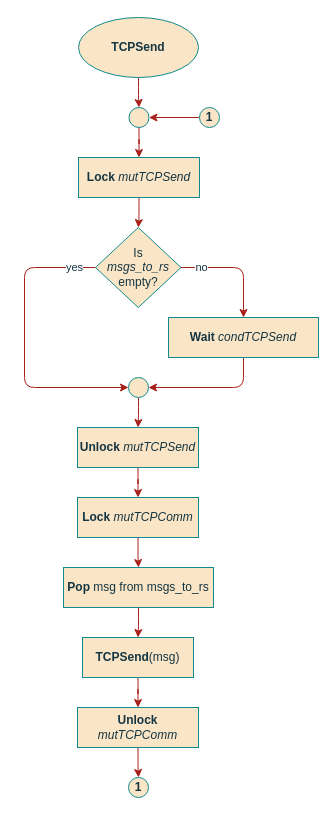
Earlier version of the draw.io diagram page "tTCPSend" (2 of 2) of project/report/flowcharts/Gatewaytasks/TCP_IP.drawio (ESRGgroup9/slipad). Source tidied: cells renumbered, new cells numbered last; positions are measured from the earlier drawing's top-left corner, leaving out a move shared by most shapes. Both pictures are drawn from the tidied source at 100%, with x=0, y=0 at pixel (24, 17).
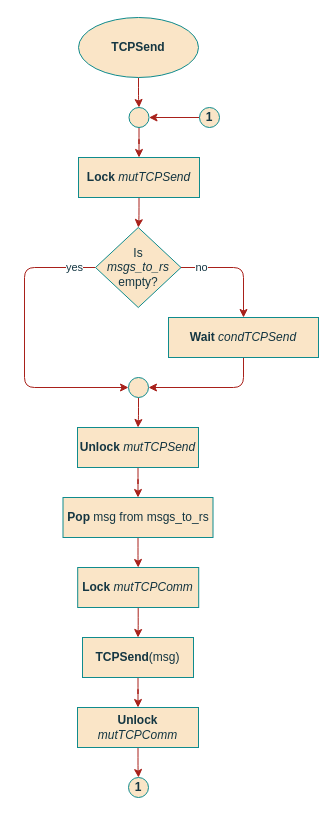
After the change.

The change refers to these unchanged cells:
```xml
<mxCell id="20" value="&lt;b&gt;TCPSend&lt;/b&gt;(msg)" style="rounded=0;whiteSpace=wrap;html=1;sketch=0;fontColor=#143642;strokeColor=#0F8B8D;fillColor=#FAE5C7;" parent="1" vertex="1">
  <mxGeometry x="58" y="620" width="111" height="40" as="geometry" />
</mxCell>
<mxCell id="22" value="&lt;b&gt;Unlock&lt;/b&gt; &lt;i&gt;mutTCPSend&lt;/i&gt;" style="rounded=0;whiteSpace=wrap;html=1;sketch=0;fontColor=#143642;strokeColor=#0F8B8D;fillColor=#FAE5C7;" parent="1" vertex="1">
  <mxGeometry x="53" y="410" width="121" height="40" as="geometry" />
</mxCell>
```

What changed in the source:
```diff
@@
-    <mxCell id="15" style="edgeStyle=orthogonalEdgeStyle;curved=0;rounded=1;sketch=0;jettySize=auto;html=1;fontColor=#143642;strokeColor=#A8201A;fillColor=#FAE5C7;" parent="1" edge="1" source="16" target="20">
-      <mxGeometry relative="1" as="geometry" />
-    </mxCell>
-    <mxCell id="16" value="&lt;b&gt;Pop &lt;/b&gt;msg from msgs_to_rs&lt;i&gt;&lt;/i&gt;" style="rounded=0;whiteSpace=wrap;html=1;sketch=0;fontColor=#143642;strokeColor=#0F8B8D;fillColor=#FAE5C7;" parent="1" vertex="1">
-      <mxGeometry x="39" y="550" width="150" height="40" as="geometry" />
-    </mxCell>
-    <mxCell id="17" style="edgeStyle=orthogonalEdgeStyle;curved=0;rounded=1;sketch=0;jettySize=auto;html=1;fontColor=#143642;strokeColor=#A8201A;fillColor=#FAE5C7;" parent="1" edge="1" source="18" target="16">
-      <mxGeometry relative="1" as="geometry" />
-    </mxCell>
-    <mxCell id="18" value="&lt;b&gt;Lock&lt;/b&gt; &lt;i&gt;mutTCPComm&lt;/i&gt;" style="rounded=0;whiteSpace=wrap;html=1;sketch=0;fontColor=#143642;strokeColor=#0F8B8D;fillColor=#FAE5C7;" parent="1" vertex="1">
-      <mxGeometry x="53" y="480" width="121" height="40" as="geometry" />
-    </mxCell>
@@
-    <mxCell id="21" style="edgeStyle=orthogonalEdgeStyle;curved=0;rounded=1;sketch=0;jettySize=auto;html=1;fontColor=#143642;strokeColor=#A8201A;fillColor=#FAE5C7;" parent="1" edge="1" source="22" target="18">
-      <mxGeometry relative="1" as="geometry" />
-    </mxCell>
+    <mxCell id="28" style="edgeStyle=orthogonalEdgeStyle;curved=0;rounded=1;sketch=0;jettySize=auto;html=1;entryX=0.5;entryY=0;entryDx=0;entryDy=0;fontColor=#143642;strokeColor=#A8201A;fillColor=#FAE5C7;" parent="1" edge="1" source="22" target="16">
+      <mxGeometry relative="1" as="geometry" />
+    </mxCell>
@@
+    <mxCell id="29" style="edgeStyle=orthogonalEdgeStyle;curved=0;rounded=1;sketch=0;jettySize=auto;html=1;fontColor=#143642;strokeColor=#A8201A;fillColor=#FAE5C7;" parent="1" edge="1" source="16" target="18">
+      <mxGeometry relative="1" as="geometry" />
+    </mxCell>
+    <mxCell id="16" value="&lt;b&gt;Pop &lt;/b&gt;msg from msgs_to_rs&lt;i&gt;&lt;/i&gt;" style="rounded=0;whiteSpace=wrap;html=1;sketch=0;fontColor=#143642;strokeColor=#0F8B8D;fillColor=#FAE5C7;" parent="1" vertex="1">
+      <mxGeometry x="38.5" y="480" width="150" height="40" as="geometry" />
+    </mxCell>
+    <mxCell id="30" style="edgeStyle=orthogonalEdgeStyle;curved=0;rounded=1;sketch=0;jettySize=auto;html=1;entryX=0.5;entryY=0;entryDx=0;entryDy=0;fontColor=#143642;strokeColor=#A8201A;fillColor=#FAE5C7;" parent="1" edge="1" source="18" target="20">
+      <mxGeometry relative="1" as="geometry" />
+    </mxCell>
+    <mxCell id="18" value="&lt;b&gt;Lock&lt;/b&gt; &lt;i&gt;mutTCPComm&lt;/i&gt;" style="rounded=0;whiteSpace=wrap;html=1;sketch=0;fontColor=#143642;strokeColor=#0F8B8D;fillColor=#FAE5C7;" parent="1" vertex="1">
+      <mxGeometry x="53.2" y="550" width="121" height="40" as="geometry" />
+    </mxCell>
```
